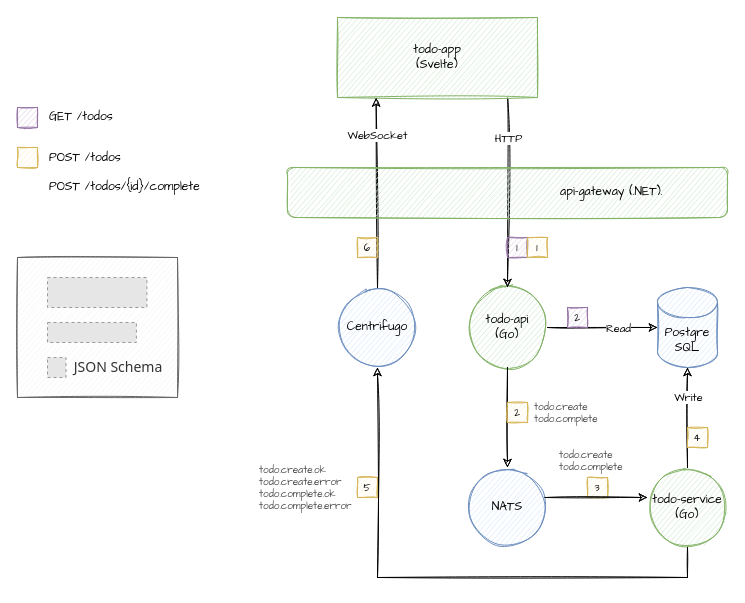
Above: doc/architecture.drawio in heikkilamarko/todo-app (draw.io), before the change. Source tidied: cells renumbered, new cells numbered last; positions are measured from the earlier drawing's top-left corner, leaving out a move shared by most shapes. Both pictures are drawn from the tidied source at 100%, with x=0, y=0 at pixel (17, 17). Pictures stored in the file or linked from it are replaced by grey dashed boxes.
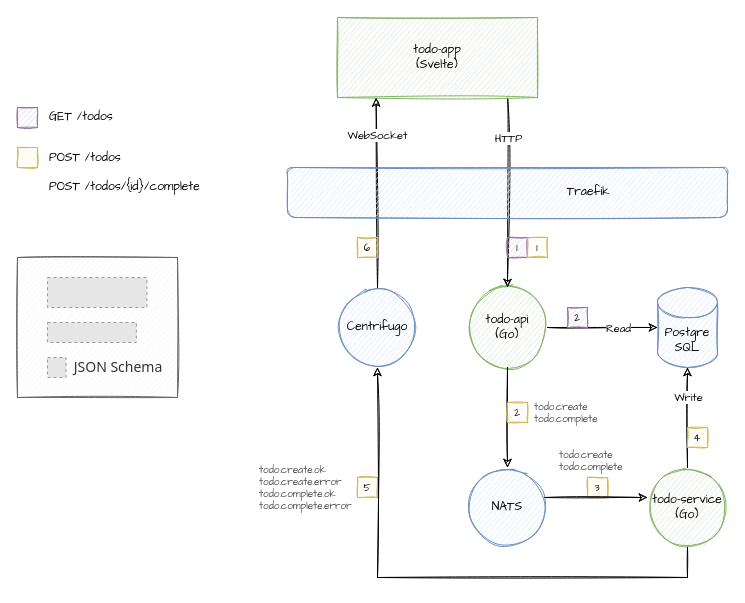
The same page after the edit.

What changed in the source:
```diff
@@
-    <mxCell id="40" value="api-gateway (.NET).&amp;nbsp; &amp;nbsp; &amp;nbsp; &amp;nbsp; &amp;nbsp; &amp;nbsp; &amp;nbsp;" style="rounded=1;whiteSpace=wrap;html=1;sketch=1;fontFamily=Comic Sans MS;fillColor=#d5e8d4;strokeColor=#82b366;labelBackgroundColor=none;align=right;" parent="1" vertex="1">
+    <mxCell id="40" value="Traefik&amp;nbsp; &amp;nbsp; &amp;nbsp; &amp;nbsp; &amp;nbsp; &amp;nbsp; &amp;nbsp; &amp;nbsp; &amp;nbsp; &amp;nbsp; &amp;nbsp; &amp;nbsp;&amp;nbsp;" style="rounded=1;whiteSpace=wrap;html=1;sketch=1;fontFamily=Comic Sans MS;fillColor=#dae8fc;strokeColor=#6c8ebf;labelBackgroundColor=none;align=right;" parent="1" vertex="1">
       <mxGeometry x="270" y="150" width="440" height="50" as="geometry" />
     </mxCell>
```
